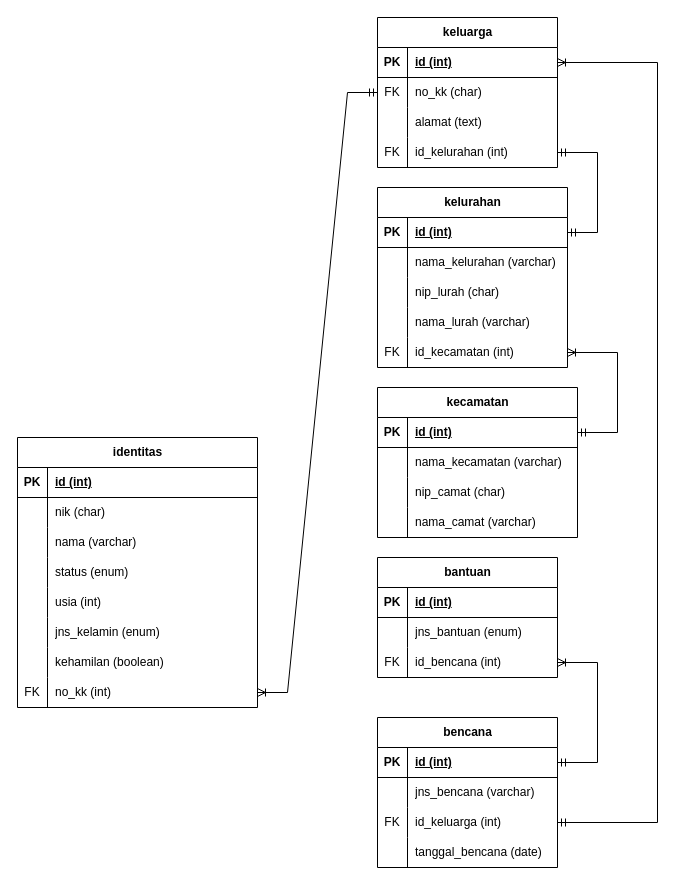
Before: Dokumen Dasar/ERD.drawio in febrizuladhari/SuratBencana_TAGANA-Linjamsos-DinasSosial-MSIB6, a draw.io diagram. Source tidied: cells renumbered, new cells numbered last; positions are measured from the earlier drawing's top-left corner, leaving out a move shared by most shapes. Both pictures are drawn from the tidied source at 100%, with x=0, y=0 at pixel (17, 17).
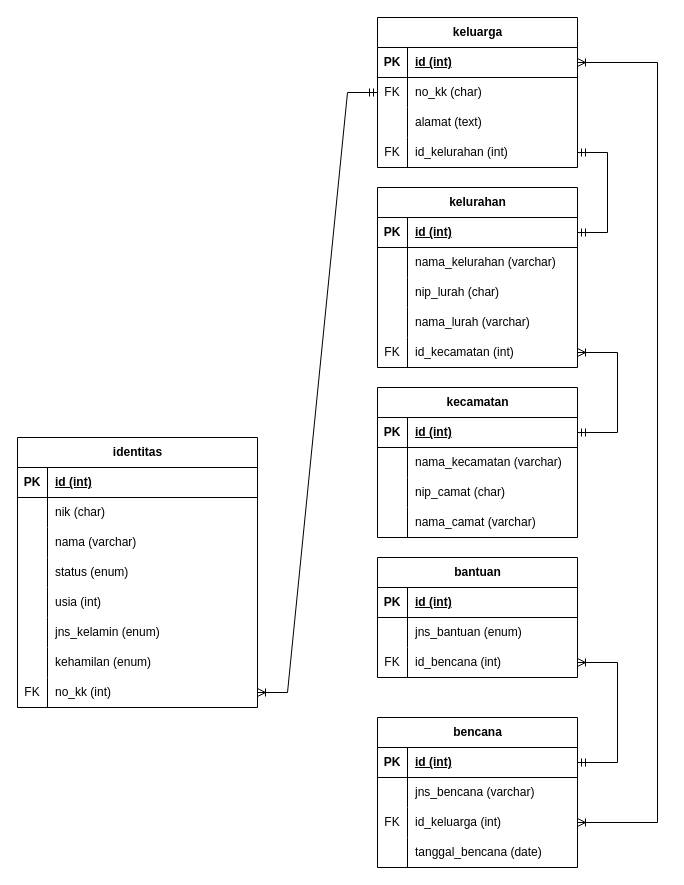
Above is the later version.

The change refers to these unchanged cells:
```xml
<mxCell id="21" style="shape=tableRow;horizontal=0;startSize=0;swimlaneHead=0;swimlaneBody=0;fillColor=none;top=0;left=0;right=0;bottom=0;" parent="2" vertex="1">
  <mxGeometry y="210" width="240" height="30" as="geometry" />
</mxCell>
```

Diff of the diagram source:
```diff
@@
-    <mxCell id="23" value="kehamilan (boolean)" style="shape=partialRectangle;fillColor=none;top=0;left=0;bottom=0;right=0;align=left;spacingLeft=6;overflow=hidden;whiteSpace=wrap;html=1;" parent="21" vertex="1">
+    <mxCell id="23" value="kehamilan (enum)" style="shape=partialRectangle;fillColor=none;top=0;left=0;bottom=0;right=0;align=left;spacingLeft=6;overflow=hidden;whiteSpace=wrap;html=1;" parent="21" vertex="1">
       <mxGeometry x="30" width="210" height="30" as="geometry" />
     </mxCell>
@@
     <mxCell id="27" value="kelurahan" style="shape=table;startSize=30;childLayout=tableLayout;rowLines=0;fontStyle=1;align=center;html=1;" parent="1" vertex="1">
-      <mxGeometry x="360" y="170" width="190" height="180" as="geometry" />
+      <mxGeometry x="360" y="170" width="200" height="180" as="geometry" />
     </mxCell>
     <mxCell id="28" style="shape=tableRow;horizontal=0;startSize=0;swimlaneHead=0;swimlaneBody=0;fillColor=none;points=[[0,0.5],[1,0.5]];portConstraint=eastwest;top=0;left=0;right=0;bottom=1;" parent="27" vertex="1">
-      <mxGeometry y="30" width="190" height="30" as="geometry" />
+      <mxGeometry y="30" width="200" height="30" as="geometry" />
     </mxCell>
@@
     <mxCell id="30" value="id&amp;nbsp;(int)" style="shape=partialRectangle;fillColor=none;top=0;left=0;bottom=0;right=0;align=left;spacingLeft=6;fontStyle=5;overflow=hidden;whiteSpace=wrap;html=1;" parent="28" vertex="1">
-      <mxGeometry x="30" width="160" height="30" as="geometry" />
+      <mxGeometry x="30" width="170" height="30" as="geometry" />
     </mxCell>
     <mxCell id="31" style="shape=tableRow;horizontal=0;startSize=0;swimlaneHead=0;swimlaneBody=0;fillColor=none;top=0;left=0;right=0;bottom=0;" parent="27" vertex="1">
-      <mxGeometry y="60" width="190" height="30" as="geometry" />
+      <mxGeometry y="60" width="200" height="30" as="geometry" />
     </mxCell>
@@
     <mxCell id="33" value="nama_kelurahan (varchar)" style="shape=partialRectangle;fillColor=none;top=0;left=0;bottom=0;right=0;align=left;spacingLeft=6;overflow=hidden;whiteSpace=wrap;html=1;" parent="31" vertex="1">
-      <mxGeometry x="30" width="160" height="30" as="geometry" />
+      <mxGeometry x="30" width="170" height="30" as="geometry" />
     </mxCell>
     <mxCell id="34" style="shape=tableRow;horizontal=0;startSize=0;swimlaneHead=0;swimlaneBody=0;fillColor=none;top=0;left=0;right=0;bottom=0;" parent="27" vertex="1">
-      <mxGeometry y="90" width="190" height="30" as="geometry" />
+      <mxGeometry y="90" width="200" height="30" as="geometry" />
     </mxCell>
@@
     <mxCell id="36" value="nip_lurah (char)" style="shape=partialRectangle;fillColor=none;top=0;left=0;bottom=0;right=0;align=left;spacingLeft=6;overflow=hidden;whiteSpace=wrap;html=1;" parent="34" vertex="1">
-      <mxGeometry x="30" width="160" height="30" as="geometry" />
+      <mxGeometry x="30" width="170" height="30" as="geometry" />
     </mxCell>
     <mxCell id="37" style="shape=tableRow;horizontal=0;startSize=0;swimlaneHead=0;swimlaneBody=0;fillColor=none;top=0;left=0;right=0;bottom=0;" parent="27" vertex="1">
-      <mxGeometry y="120" width="190" height="30" as="geometry" />
+      <mxGeometry y="120" width="200" height="30" as="geometry" />
     </mxCell>
@@
     <mxCell id="39" value="nama_lurah&amp;nbsp;(varchar)" style="shape=partialRectangle;fillColor=none;top=0;left=0;bottom=0;right=0;align=left;spacingLeft=6;overflow=hidden;whiteSpace=wrap;html=1;" parent="37" vertex="1">
-      <mxGeometry x="30" width="160" height="30" as="geometry" />
+      <mxGeometry x="30" width="170" height="30" as="geometry" />
     </mxCell>
     <mxCell id="40" style="shape=tableRow;horizontal=0;startSize=0;swimlaneHead=0;swimlaneBody=0;fillColor=none;points=[[0,0.5],[1,0.5]];portConstraint=eastwest;top=0;left=0;right=0;bottom=0;" parent="27" vertex="1">
-      <mxGeometry y="150" width="190" height="30" as="geometry" />
+      <mxGeometry y="150" width="200" height="30" as="geometry" />
     </mxCell>
@@
     <mxCell id="42" value="id_kecamatan&amp;nbsp;(int)" style="shape=partialRectangle;fillColor=none;top=0;left=0;bottom=0;right=0;align=left;spacingLeft=6;overflow=hidden;whiteSpace=wrap;html=1;" parent="40" vertex="1">
-      <mxGeometry x="30" width="160" height="30" as="geometry" />
+      <mxGeometry x="30" width="170" height="30" as="geometry" />
     </mxCell>
@@
     <mxCell id="56" value="bantuan" style="shape=table;startSize=30;childLayout=tableLayout;rowLines=0;fontStyle=1;align=center;html=1;" parent="1" vertex="1">
-      <mxGeometry x="360" y="540" width="180" height="120" as="geometry" />
+      <mxGeometry x="360" y="540" width="200" height="120" as="geometry" />
     </mxCell>
     <mxCell id="57" style="shape=tableRow;horizontal=0;startSize=0;swimlaneHead=0;swimlaneBody=0;fillColor=none;top=0;left=0;right=0;bottom=1;" parent="56" vertex="1">
-      <mxGeometry y="30" width="180" height="30" as="geometry" />
+      <mxGeometry y="30" width="200" height="30" as="geometry" />
     </mxCell>
@@
     <mxCell id="59" value="id&amp;nbsp;(int)" style="shape=partialRectangle;fillColor=none;top=0;left=0;bottom=0;right=0;align=left;spacingLeft=6;fontStyle=5;overflow=hidden;whiteSpace=wrap;html=1;" parent="57" vertex="1">
-      <mxGeometry x="30" width="150" height="30" as="geometry" />
+      <mxGeometry x="30" width="170" height="30" as="geometry" />
     </mxCell>
     <mxCell id="60" style="shape=tableRow;horizontal=0;startSize=0;swimlaneHead=0;swimlaneBody=0;fillColor=none;top=0;left=0;right=0;bottom=0;" parent="56" vertex="1">
-      <mxGeometry y="60" width="180" height="30" as="geometry" />
+      <mxGeometry y="60" width="200" height="30" as="geometry" />
     </mxCell>
@@
     <mxCell id="62" value="jns_bantuan&amp;nbsp;(enum)" style="shape=partialRectangle;fillColor=none;top=0;left=0;bottom=0;right=0;align=left;spacingLeft=6;overflow=hidden;whiteSpace=wrap;html=1;" parent="60" vertex="1">
-      <mxGeometry x="30" width="150" height="30" as="geometry" />
+      <mxGeometry x="30" width="170" height="30" as="geometry" />
     </mxCell>
     <mxCell id="63" style="shape=tableRow;horizontal=0;startSize=0;swimlaneHead=0;swimlaneBody=0;fillColor=none;points=[[0,0.5],[1,0.5]];portConstraint=eastwest;top=0;left=0;right=0;bottom=0;" parent="56" vertex="1">
-      <mxGeometry y="90" width="180" height="30" as="geometry" />
+      <mxGeometry y="90" width="200" height="30" as="geometry" />
     </mxCell>
@@
     <mxCell id="65" value="id_bencana&amp;nbsp;(int)" style="shape=partialRectangle;fillColor=none;top=0;left=0;bottom=0;right=0;align=left;spacingLeft=6;overflow=hidden;whiteSpace=wrap;html=1;" parent="63" vertex="1">
-      <mxGeometry x="30" width="150" height="30" as="geometry" />
+      <mxGeometry x="30" width="170" height="30" as="geometry" />
     </mxCell>
     <mxCell id="66" style="edgeStyle=orthogonalEdgeStyle;fontSize=12;html=1;endArrow=ERmandOne;startArrow=ERmandOne;rounded=0;exitX=1;exitY=0.5;exitDx=0;exitDy=0;entryX=1;entryY=0.5;entryDx=0;entryDy=0;" parent="1" edge="1" source="78" target="28">
       <mxGeometry relative="1" as="geometry">
         <Array as="points">
-          <mxPoint x="580" y="135" />
-          <mxPoint x="580" y="215" />
+          <mxPoint x="590" y="135" />
+          <mxPoint x="590" y="215" />
         </Array>
       </mxGeometry>
     </mxCell>
@@
     <mxCell id="68" value="keluarga" style="shape=table;startSize=30;childLayout=tableLayout;rowLines=0;fontStyle=1;align=center;html=1;" parent="1" vertex="1">
-      <mxGeometry x="360" width="180" height="150" as="geometry" />
+      <mxGeometry x="360" width="200" height="150" as="geometry" />
     </mxCell>
     <mxCell id="69" style="shape=tableRow;horizontal=0;startSize=0;swimlaneHead=0;swimlaneBody=0;fillColor=none;points=[[0,0.5],[1,0.5]];portConstraint=eastwest;top=0;left=0;right=0;bottom=1;" parent="68" vertex="1">
-      <mxGeometry y="30" width="180" height="30" as="geometry" />
+      <mxGeometry y="30" width="200" height="30" as="geometry" />
     </mxCell>
@@
     <mxCell id="71" value="id (int)" style="shape=partialRectangle;fillColor=none;top=0;left=0;bottom=0;right=0;align=left;spacingLeft=6;fontStyle=5;overflow=hidden;whiteSpace=wrap;html=1;" parent="69" vertex="1">
-      <mxGeometry x="30" width="150" height="30" as="geometry" />
+      <mxGeometry x="30" width="170" height="30" as="geometry" />
     </mxCell>
     <mxCell id="72" style="shape=tableRow;horizontal=0;startSize=0;swimlaneHead=0;swimlaneBody=0;fillColor=none;points=[[0,0.5],[1,0.5]];portConstraint=eastwest;top=0;left=0;right=0;bottom=0;" parent="68" vertex="1">
-      <mxGeometry y="60" width="180" height="30" as="geometry" />
+      <mxGeometry y="60" width="200" height="30" as="geometry" />
     </mxCell>
@@
     <mxCell id="74" value="no_kk (char)" style="shape=partialRectangle;fillColor=none;top=0;left=0;bottom=0;right=0;align=left;spacingLeft=6;overflow=hidden;whiteSpace=wrap;html=1;" parent="72" vertex="1">
-      <mxGeometry x="30" width="150" height="30" as="geometry" />
+      <mxGeometry x="30" width="170" height="30" as="geometry" />
     </mxCell>
     <mxCell id="75" style="shape=tableRow;horizontal=0;startSize=0;swimlaneHead=0;swimlaneBody=0;fillColor=none;top=0;left=0;right=0;bottom=0;" parent="68" vertex="1">
-      <mxGeometry y="90" width="180" height="30" as="geometry" />
+      <mxGeometry y="90" width="200" height="30" as="geometry" />
     </mxCell>
@@
     <mxCell id="77" value="alamat (text)" style="shape=partialRectangle;fillColor=none;top=0;left=0;bottom=0;right=0;align=left;spacingLeft=6;overflow=hidden;whiteSpace=wrap;html=1;" parent="75" vertex="1">
-      <mxGeometry x="30" width="150" height="30" as="geometry" />
+      <mxGeometry x="30" width="170" height="30" as="geometry" />
     </mxCell>
     <mxCell id="78" style="shape=tableRow;horizontal=0;startSize=0;swimlaneHead=0;swimlaneBody=0;fillColor=none;points=[[0,0.5],[1,0.5]];portConstraint=eastwest;top=0;left=0;right=0;bottom=0;" parent="68" vertex="1">
-      <mxGeometry y="120" width="180" height="30" as="geometry" />
+      <mxGeometry y="120" width="200" height="30" as="geometry" />
     </mxCell>
@@
     <mxCell id="80" value="id_kelurahan&amp;nbsp;(int)" style="shape=partialRectangle;fillColor=none;top=0;left=0;bottom=0;right=0;align=left;spacingLeft=6;overflow=hidden;whiteSpace=wrap;html=1;" parent="78" vertex="1">
-      <mxGeometry x="30" width="150" height="30" as="geometry" />
+      <mxGeometry x="30" width="170" height="30" as="geometry" />
     </mxCell>
@@
     <mxCell id="82" value="bencana" style="shape=table;startSize=30;childLayout=tableLayout;rowLines=0;fontStyle=1;align=center;html=1;" parent="1" vertex="1">
-      <mxGeometry x="360" y="700" width="180" height="150" as="geometry" />
+      <mxGeometry x="360" y="700" width="200" height="150" as="geometry" />
     </mxCell>
     <mxCell id="83" style="shape=tableRow;horizontal=0;startSize=0;swimlaneHead=0;swimlaneBody=0;fillColor=none;points=[[0,0.5],[1,0.5]];portConstraint=eastwest;top=0;left=0;right=0;bottom=1;" parent="82" vertex="1">
-      <mxGeometry y="30" width="180" height="30" as="geometry" />
+      <mxGeometry y="30" width="200" height="30" as="geometry" />
     </mxCell>
@@
     <mxCell id="85" value="id&amp;nbsp;(int)" style="shape=partialRectangle;fillColor=none;top=0;left=0;bottom=0;right=0;align=left;spacingLeft=6;fontStyle=5;overflow=hidden;whiteSpace=wrap;html=1;" parent="83" vertex="1">
-      <mxGeometry x="30" width="150" height="30" as="geometry" />
+      <mxGeometry x="30" width="170" height="30" as="geometry" />
     </mxCell>
     <mxCell id="86" style="shape=tableRow;horizontal=0;startSize=0;swimlaneHead=0;swimlaneBody=0;fillColor=none;top=0;left=0;right=0;bottom=0;" parent="82" vertex="1">
-      <mxGeometry y="60" width="180" height="30" as="geometry" />
+      <mxGeometry y="60" width="200" height="30" as="geometry" />
     </mxCell>
@@
     <mxCell id="88" value="jns_bencana&amp;nbsp;(varchar)" style="shape=partialRectangle;fillColor=none;top=0;left=0;bottom=0;right=0;align=left;spacingLeft=6;overflow=hidden;whiteSpace=wrap;html=1;" parent="86" vertex="1">
-      <mxGeometry x="30" width="150" height="30" as="geometry" />
+      <mxGeometry x="30" width="170" height="30" as="geometry" />
     </mxCell>
     <mxCell id="89" style="shape=tableRow;horizontal=0;startSize=0;swimlaneHead=0;swimlaneBody=0;fillColor=none;points=[[0,0.5],[1,0.5]];portConstraint=eastwest;top=0;left=0;right=0;bottom=0;" parent="82" vertex="1">
-      <mxGeometry y="90" width="180" height="30" as="geometry" />
+      <mxGeometry y="90" width="200" height="30" as="geometry" />
     </mxCell>
@@
     <mxCell id="91" value="id_keluarga (int)" style="shape=partialRectangle;fillColor=none;top=0;left=0;bottom=0;right=0;align=left;spacingLeft=6;overflow=hidden;whiteSpace=wrap;html=1;" parent="89" vertex="1">
-      <mxGeometry x="30" width="150" height="30" as="geometry" />
+      <mxGeometry x="30" width="170" height="30" as="geometry" />
     </mxCell>
     <mxCell id="92" style="shape=tableRow;horizontal=0;startSize=0;swimlaneHead=0;swimlaneBody=0;fillColor=none;top=0;left=0;right=0;bottom=0;" parent="82" vertex="1">
-      <mxGeometry y="120" width="180" height="30" as="geometry" />
+      <mxGeometry y="120" width="200" height="30" as="geometry" />
     </mxCell>
@@
     <mxCell id="94" value="tanggal_bencana&amp;nbsp;(date)" style="shape=partialRectangle;fillColor=none;top=0;left=0;bottom=0;right=0;align=left;spacingLeft=6;overflow=hidden;whiteSpace=wrap;html=1;" parent="92" vertex="1">
-      <mxGeometry x="30" width="150" height="30" as="geometry" />
+      <mxGeometry x="30" width="170" height="30" as="geometry" />
     </mxCell>
     <mxCell id="95" style="fontSize=12;html=1;endArrow=ERoneToMany;startArrow=ERmandOne;rounded=0;exitX=1;exitY=0.5;exitDx=0;exitDy=0;entryX=1;entryY=0.5;entryDx=0;entryDy=0;endFill=0;edgeStyle=orthogonalEdgeStyle;" parent="1" edge="1" source="83" target="63">
       <mxGeometry relative="1" as="geometry">
         <Array as="points">
-          <mxPoint x="580" y="745" />
-          <mxPoint x="580" y="645" />
+          <mxPoint x="600" y="745" />
+          <mxPoint x="600" y="645" />
         </Array>
       </mxGeometry>
     </mxCell>
-    <mxCell id="96" style="fontSize=12;html=1;endArrow=ERoneToMany;startArrow=ERmandOne;rounded=0;endFill=0;edgeStyle=orthogonalEdgeStyle;entryX=1;entryY=0.5;entryDx=0;entryDy=0;exitX=1;exitY=0.5;exitDx=0;exitDy=0;" parent="1" edge="1" source="89" target="69">
+    <mxCell id="96" style="fontSize=12;html=1;endArrow=ERoneToMany;startArrow=ERoneToMany;rounded=0;endFill=0;edgeStyle=orthogonalEdgeStyle;entryX=1;entryY=0.5;entryDx=0;entryDy=0;exitX=1;exitY=0.5;exitDx=0;exitDy=0;startFill=0;" parent="1" edge="1" source="89" target="69">
       <mxGeometry relative="1" as="geometry">
         <Array as="points">
           <mxPoint x="640" y="805" />
           <mxPoint x="640" y="45" />
         </Array>
       </mxGeometry>
     </mxCell>
```
